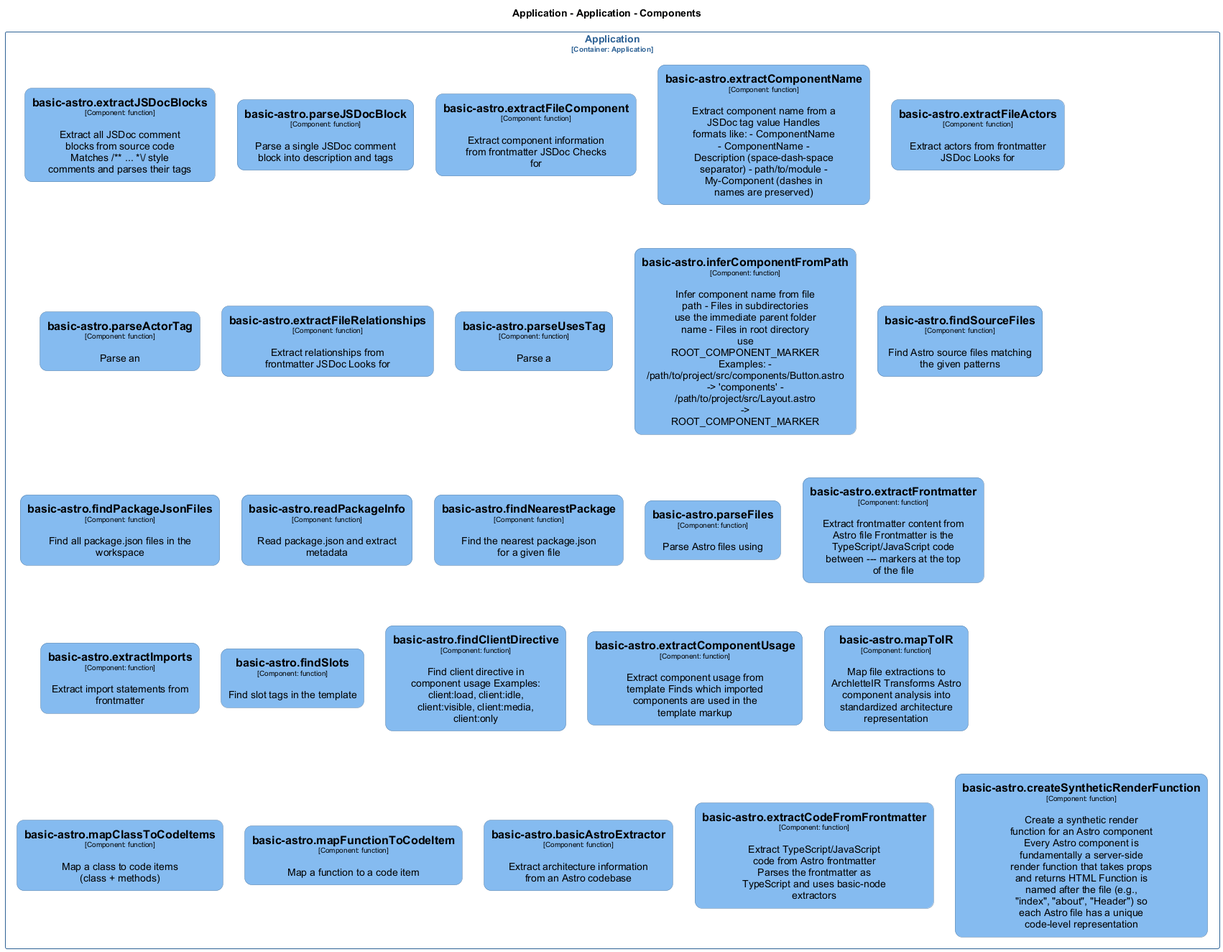
The PlantUML diagram docs/architecture/diagrams/structurizr-Classes_default_container__basic_astro.png in chrislyons-dev/archlette, before a commit.
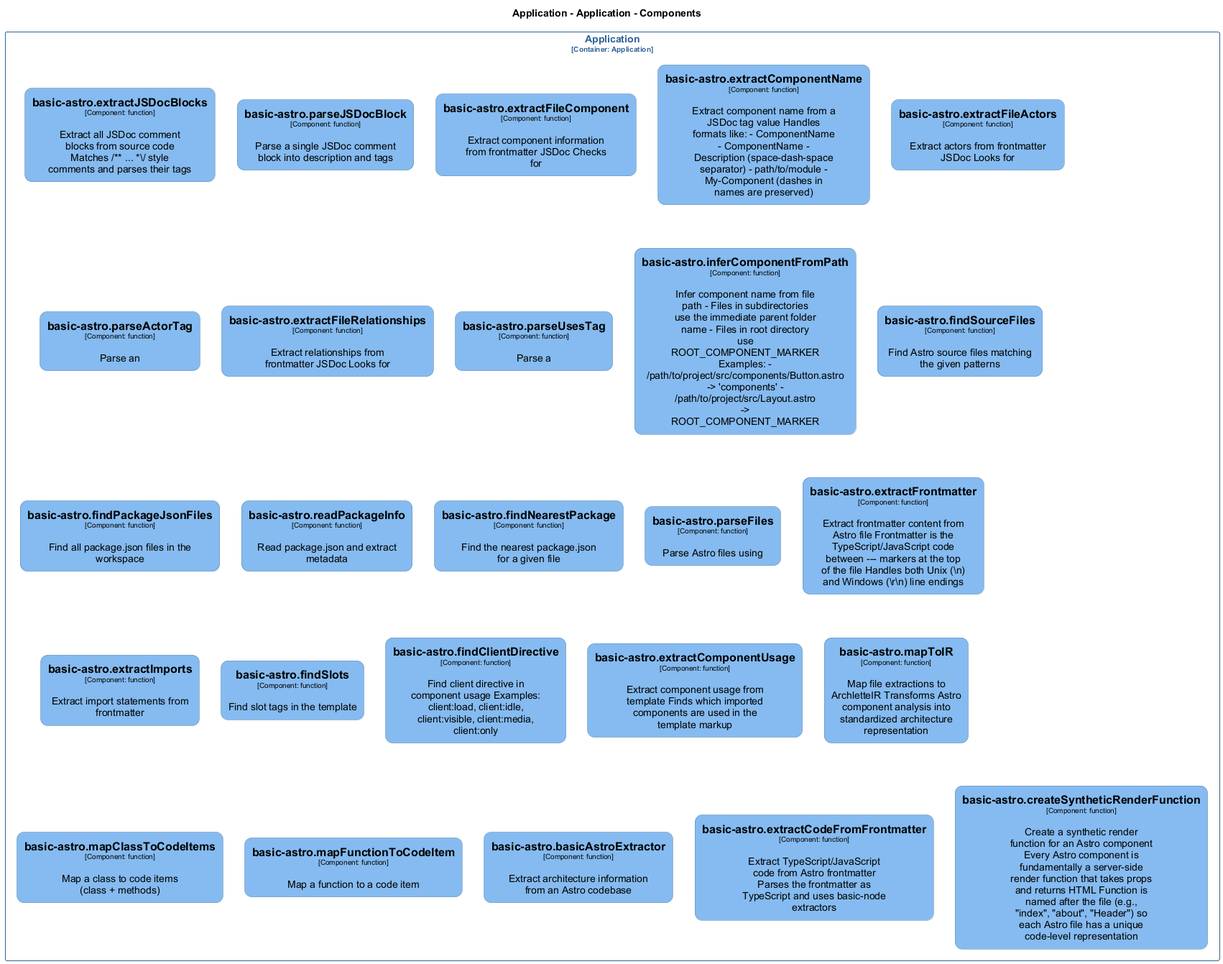
The same file after the commit.

Change to the diagram source:
```diff
@@ -212,7 +212,7 @@
   rectangle "==basic-astro.readPackageInfo\n<size:10>[Component: function]</size>\n\nRead package.json and extract metadata" <<Application.Application.basicastroreadPackageInfo>> as Application.Application.basicastroreadPackageInfo
   rectangle "==basic-astro.findNearestPackage\n<size:10>[Component: function]</size>\n\nFind the nearest package.json for a given file" <<Application.Application.basicastrofindNearestPackage>> as Application.Application.basicastrofindNearestPackage
   rectangle "==basic-astro.parseFiles\n<size:10>[Component: function]</size>\n\nParse Astro files using" <<Application.Application.basicastroparseFiles>> as Application.Application.basicastroparseFiles
-  rectangle "==basic-astro.extractFrontmatter\n<size:10>[Component: function]</size>\n\nExtract frontmatter content from Astro file Frontmatter is the TypeScript/JavaScript code between --- markers at the top of the file" <<Application.Application.basicastroextractFrontmatter>> as Application.Application.basicastroextractFrontmatter
+  rectangle "==basic-astro.extractFrontmatter\n<size:10>[Component: function]</size>\n\nExtract frontmatter content from Astro file Frontmatter is the TypeScript/JavaScript code between --- markers at the top of the file Handles both Unix (\\n) and Windows (\\r\\n) line endings" <<Application.Application.basicastroextractFrontmatter>> as Application.Application.basicastroextractFrontmatter
   rectangle "==basic-astro.extractImports\n<size:10>[Component: function]</size>\n\nExtract import statements from frontmatter" <<Application.Application.basicastroextractImports>> as Application.Application.basicastroextractImports
   rectangle "==basic-astro.findSlots\n<size:10>[Component: function]</size>\n\nFind slot tags in the template" <<Application.Application.basicastrofindSlots>> as Application.Application.basicastrofindSlots
   rectangle "==basic-astro.findClientDirective\n<size:10>[Component: function]</size>\n\nFind client directive in component usage Examples: client:load, client:idle, client:visible, client:media, client:only" <<Application.Application.basicastrofindClientDirective>> as Application.Application.basicastrofindClientDirective
```
